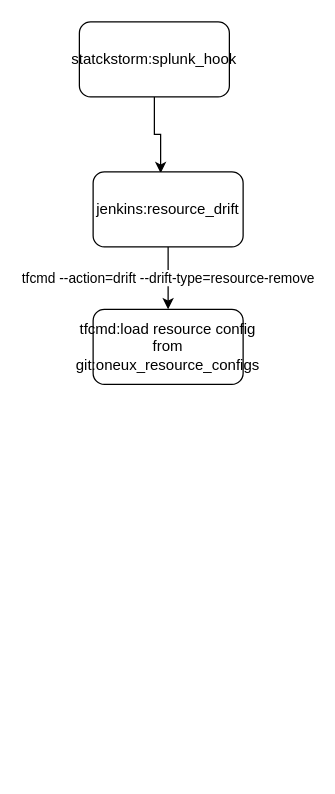
The draw.io diagram Untitled Diagram.drawio in weiwei-xie/oneux, before the edit. Source tidied: cells renumbered, new cells numbered last; positions are measured from the earlier drawing's top-left corner, leaving out a move shared by most shapes. Both pictures are drawn from the tidied source at 125%, with x=0, y=0 at pixel (79, 21).
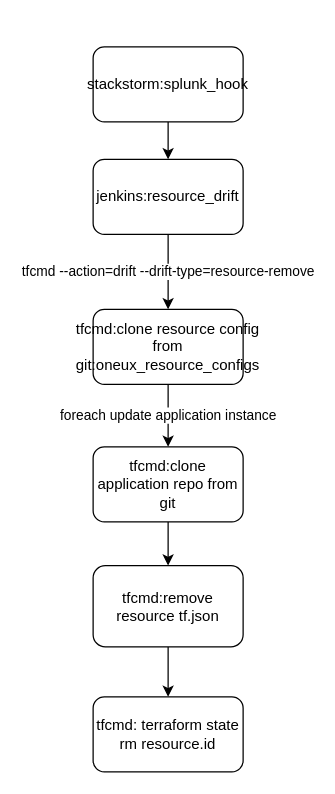
After the change.

What changed in the source:
```diff
@@
 <mxGraphModel>
   <root>
     <mxCell id="0" />
     <mxCell id="1" parent="0" />
-    <mxCell id="2" style="edgeStyle=orthogonalEdgeStyle;rounded=0;jettySize=auto;html=1;exitX=0.5;exitY=1;exitDx=0;exitDy=0;entryX=0.45;entryY=0.017;entryDx=0;entryDy=0;entryPerimeter=0;" parent="1" edge="1" source="3" target="5">
+    <mxCell id="2" style="edgeStyle=orthogonalEdgeStyle;rounded=0;jettySize=auto;html=1;exitX=0.5;exitY=1;exitDx=0;exitDy=0;entryX=0.5;entryY=0;entryDx=0;entryDy=0;" parent="1" edge="1" source="3" target="5">
       <mxGeometry relative="1" as="geometry" />
     </mxCell>
-    <mxCell id="3" value="&lt;div&gt;statckstorm:splunk_hook&lt;/div&gt;" style="rounded=1;whiteSpace=wrap;html=1;" parent="1" vertex="1">
-      <mxGeometry width="120" height="60" as="geometry" />
+    <mxCell id="3" value="&lt;div&gt;stackstorm:splunk_hook&lt;/div&gt;" style="rounded=1;whiteSpace=wrap;html=1;" parent="1" vertex="1">
+      <mxGeometry x="11" y="20" width="120" height="60" as="geometry" />
     </mxCell>
     <mxCell id="4" value="tfcmd --action=drift --drift-type=resource-remove" style="edgeStyle=orthogonalEdgeStyle;rounded=0;jettySize=auto;html=1;exitX=0.5;exitY=1;exitDx=0;exitDy=0;" parent="1" edge="1" source="5">
       <mxGeometry relative="1" as="geometry">
         <mxPoint x="71" y="230" as="targetPoint" />
       </mxGeometry>
     </mxCell>
     <mxCell id="5" value="jenkins:resource_drift" style="rounded=1;whiteSpace=wrap;html=1;" parent="1" vertex="1">
-      <mxGeometry x="11" y="120" width="120" height="60" as="geometry" />
+      <mxGeometry x="11" y="110" width="120" height="60" as="geometry" />
     </mxCell>
+    <mxCell id="7" value="foreach update application instance" style="edgeStyle=orthogonalEdgeStyle;rounded=0;jettySize=auto;html=1;exitX=0.5;exitY=1;exitDx=0;exitDy=0;entryX=0.5;entryY=0;entryDx=0;entryDy=0;" parent="1" edge="1" source="6" target="9">
+      <mxGeometry relative="1" as="geometry" />
+    </mxCell>
-    <mxCell id="6" value="tfcmd:load resource config from git:oneux_resource_configs" style="rounded=1;whiteSpace=wrap;html=1;" parent="1" vertex="1">
+    <mxCell id="6" value="tfcmd:clone resource config from git:oneux_resource_configs" style="rounded=1;whiteSpace=wrap;html=1;" parent="1" vertex="1">
       <mxGeometry x="11" y="230" width="120" height="60" as="geometry" />
     </mxCell>
+    <mxCell id="8" style="edgeStyle=orthogonalEdgeStyle;rounded=0;jettySize=auto;html=1;exitX=0.5;exitY=1;exitDx=0;exitDy=0;entryX=0.5;entryY=0;entryDx=0;entryDy=0;" parent="1" edge="1" source="9" target="11">
+      <mxGeometry relative="1" as="geometry" />
+    </mxCell>
+    <mxCell id="9" value="tfcmd:clone application repo from git" style="rounded=1;whiteSpace=wrap;html=1;" parent="1" vertex="1">
+      <mxGeometry x="11" y="340" width="120" height="60" as="geometry" />
+    </mxCell>
+    <mxCell id="10" style="edgeStyle=orthogonalEdgeStyle;rounded=0;jettySize=auto;html=1;exitX=0.5;exitY=1;exitDx=0;exitDy=0;entryX=0.5;entryY=0;entryDx=0;entryDy=0;" parent="1" edge="1" source="11" target="12">
+      <mxGeometry relative="1" as="geometry" />
+    </mxCell>
+    <mxCell id="11" value="tfcmd:remove resource tf.json" style="rounded=1;whiteSpace=wrap;html=1;" parent="1" vertex="1">
+      <mxGeometry x="11" y="435" width="120" height="65" as="geometry" />
+    </mxCell>
+    <mxCell id="12" value="tfcmd: terraform state rm resource.id" style="rounded=1;whiteSpace=wrap;html=1;" parent="1" vertex="1">
+      <mxGeometry x="11" y="540" width="120" height="60" as="geometry" />
+    </mxCell>
   </root>
 </mxGraphModel>
```
